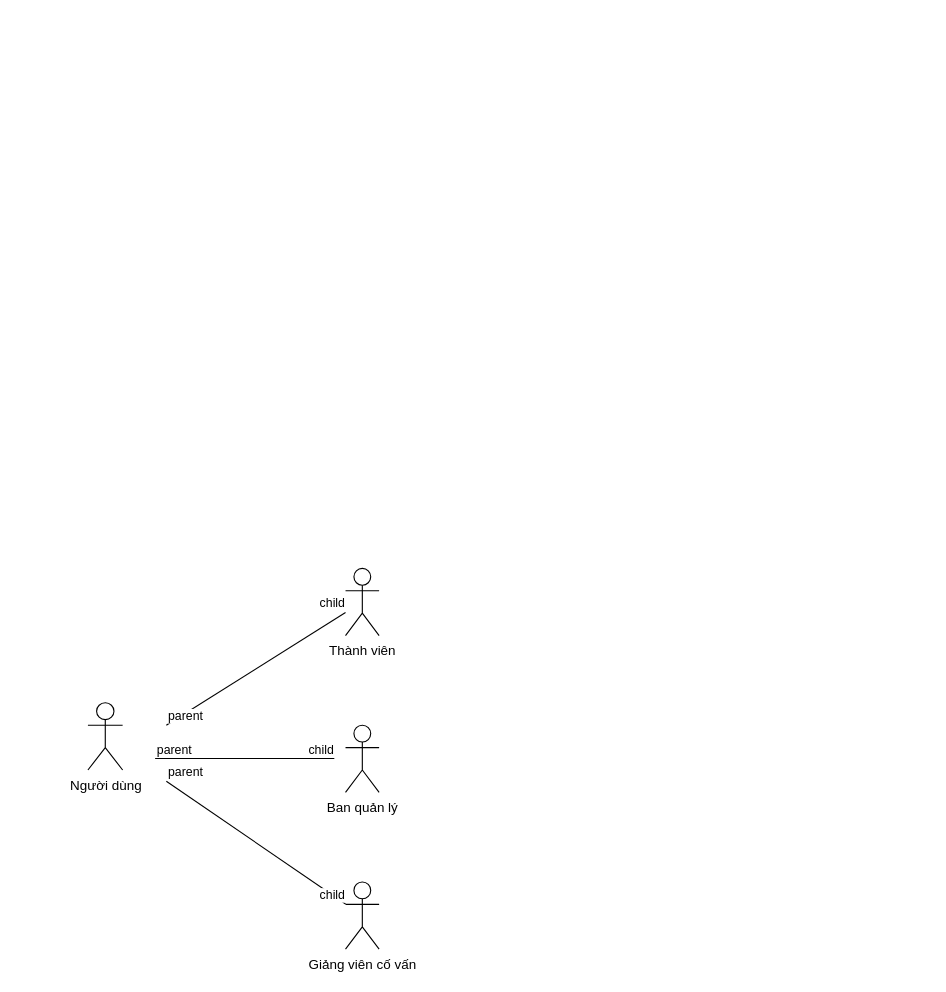
The draw.io diagram page "users" (16 of 19) of Diagram.drawio in DnhTrn/finall_project, before the edit. Source tidied: cells renumbered, new cells numbered last; positions are measured from the earlier drawing's top-left corner, leaving out a move shared by most shapes. Both pictures are drawn from the tidied source at 112%, with x=0, y=0 at pixel (87, 568).
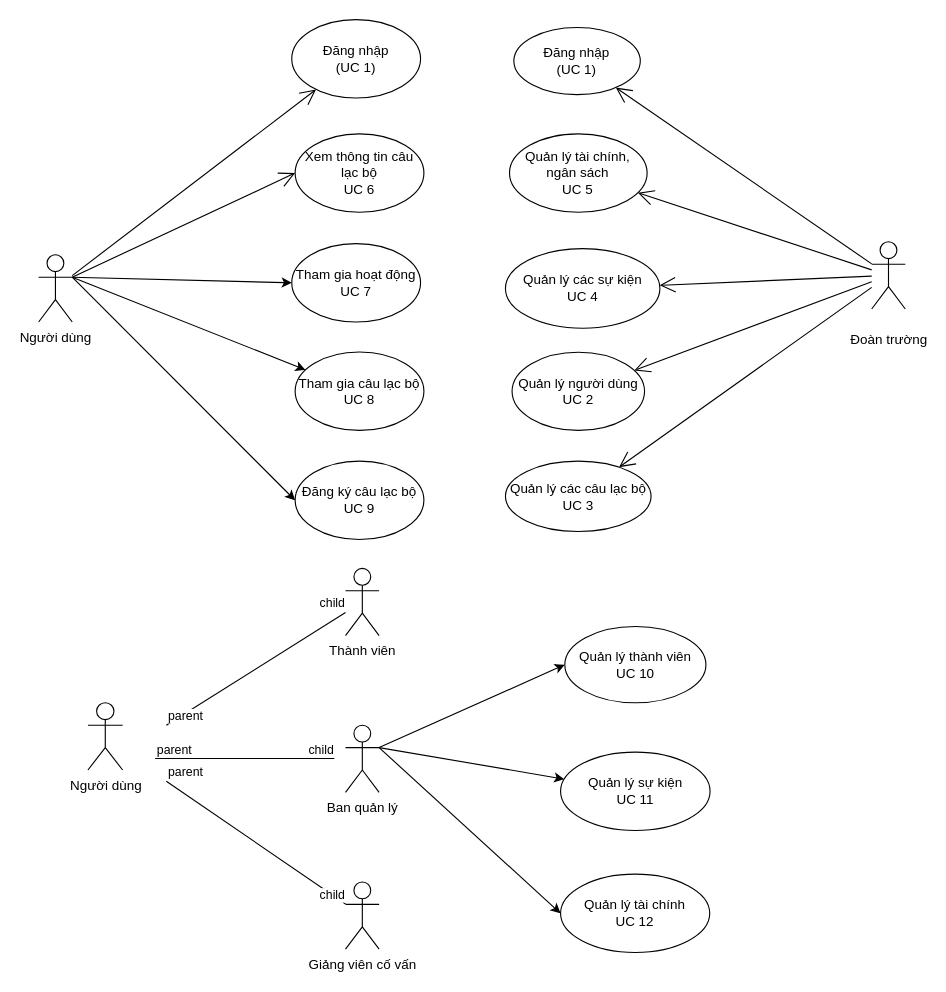
After the change.

The change refers to these unchanged cells:
```xml
<mxCell id="3" value="Ban quản lý" style="shape=umlActor;verticalLabelPosition=bottom;verticalAlign=top;html=1;outlineConnect=0;" parent="1" vertex="1">
  <mxGeometry x="230" y="140" width="30" height="60" as="geometry" />
</mxCell>
```

What changed in the source:
```diff
@@
+    <mxCell id="15" style="rounded=0;jettySize=auto;html=1;exitX=1;exitY=0.3333333333333333;exitDx=0;exitDy=0;exitPerimeter=0;entryX=0;entryY=0.5;entryDx=0;entryDy=0;" parent="1" edge="1" source="3" target="18">
+      <mxGeometry relative="1" as="geometry" />
+    </mxCell>
+    <mxCell id="16" style="rounded=0;jettySize=auto;html=1;exitX=1;exitY=0.3333333333333333;exitDx=0;exitDy=0;exitPerimeter=0;" parent="1" edge="1" source="3" target="19">
+      <mxGeometry relative="1" as="geometry" />
+    </mxCell>
+    <mxCell id="17" style="rounded=0;jettySize=auto;html=1;exitX=1;exitY=0.3333333333333333;exitDx=0;exitDy=0;exitPerimeter=0;entryX=0.5;entryY=1;entryDx=0;entryDy=0;" parent="1" edge="1" source="3" target="20">
+      <mxGeometry relative="1" as="geometry" />
+    </mxCell>
@@
+    <mxCell id="18" value="Quản lý thành viên&lt;div&gt;UC 10&lt;/div&gt;" style="ellipse;whiteSpace=wrap;html=1;" parent="1" vertex="1">
+      <mxGeometry x="425.8" y="51.9" width="126" height="68.1" as="geometry" />
+    </mxCell>
+    <mxCell id="19" value="Quản lý sự kiện&lt;div&gt;UC 11&lt;/div&gt;" style="ellipse;whiteSpace=wrap;html=1;" parent="1" vertex="1">
+      <mxGeometry x="422" y="164" width="133.5" height="70" as="geometry" />
+    </mxCell>
+    <mxCell id="20" value="Quản lý tài chính&lt;div&gt;UC 12&lt;/div&gt;" style="ellipse;whiteSpace=wrap;html=1;direction=south;" parent="1" vertex="1">
+      <mxGeometry x="422" y="273" width="133.2" height="70" as="geometry" />
+    </mxCell>
+    <mxCell id="21" style="rounded=0;jettySize=auto;html=1;exitX=1;exitY=0.3333333333333333;exitDx=0;exitDy=0;exitPerimeter=0;entryX=0;entryY=0.5;entryDx=0;entryDy=0;" parent="1" edge="1" source="24" target="40">
+      <mxGeometry relative="1" as="geometry" />
+    </mxCell>
+    <mxCell id="22" style="rounded=0;jettySize=auto;html=1;exitX=1;exitY=0.3333333333333333;exitDx=0;exitDy=0;exitPerimeter=0;" parent="1" edge="1" source="24" target="41">
+      <mxGeometry relative="1" as="geometry" />
+    </mxCell>
+    <mxCell id="23" style="rounded=0;jettySize=auto;html=1;exitX=1;exitY=0.3333333333333333;exitDx=0;exitDy=0;exitPerimeter=0;entryX=0;entryY=0.5;entryDx=0;entryDy=0;" parent="1" edge="1" source="24" target="42">
+      <mxGeometry relative="1" as="geometry" />
+    </mxCell>
+    <mxCell id="24" value="Người dùng" style="shape=umlActor;verticalLabelPosition=bottom;verticalAlign=top;html=1;outlineConnect=0;" parent="1" vertex="1">
+      <mxGeometry x="-44" y="-280" width="30" height="60" as="geometry" />
+    </mxCell>
+    <mxCell id="25" value="&lt;div&gt;&lt;br&gt;&lt;/div&gt;&lt;div&gt;Đoàn trường&lt;/div&gt;" style="shape=umlActor;verticalLabelPosition=bottom;verticalAlign=top;html=1;outlineConnect=0;" parent="1" vertex="1">
+      <mxGeometry x="699.8" y="-291.6" width="30" height="60" as="geometry" />
+    </mxCell>
+    <mxCell id="26" value="Quản lý các câu lạc bộ&lt;div&gt;UC 3&lt;/div&gt;" style="ellipse;whiteSpace=wrap;html=1;" parent="1" vertex="1">
+      <mxGeometry x="372.8" y="-95.8" width="130" height="62.8" as="geometry" />
+    </mxCell>
+    <mxCell id="27" value="Đăng nhập&lt;div&gt;(UC 1)&lt;/div&gt;" style="ellipse;whiteSpace=wrap;html=1;" parent="1" vertex="1">
+      <mxGeometry x="182" y="-490" width="115" height="70" as="geometry" />
+    </mxCell>
+    <mxCell id="28" style="endArrow=open;endFill=1;endSize=12;html=1;rounded=0;" parent="1" edge="1" source="24" target="27">
+      <mxGeometry relative="1" as="geometry" />
+    </mxCell>
+    <mxCell id="29" style="endArrow=open;endFill=1;endSize=12;html=1;rounded=0;" parent="1" edge="1" source="25" target="26">
+      <mxGeometry relative="1" as="geometry" />
+    </mxCell>
+    <mxCell id="30" value="Quản lý các&lt;span style=&quot;background-color: initial;&quot;&gt;&amp;nbsp;sự kiện&lt;/span&gt;&lt;div&gt;&lt;span style=&quot;background-color: initial;&quot;&gt;UC 4&lt;/span&gt;&lt;/div&gt;" style="ellipse;whiteSpace=wrap;html=1;" parent="1" vertex="1">
+      <mxGeometry x="372.8" y="-285.5" width="137.9" height="71.1" as="geometry" />
+    </mxCell>
+    <mxCell id="31" value="Quản lý tài chính,&lt;div&gt;&lt;span style=&quot;background-color: initial;&quot;&gt;ngân sách&lt;/span&gt;&lt;/div&gt;&lt;div&gt;&lt;span style=&quot;background-color: initial;&quot;&gt;UC 5&lt;/span&gt;&lt;/div&gt;" style="ellipse;whiteSpace=wrap;html=1;" parent="1" vertex="1">
+      <mxGeometry x="376.4" y="-388" width="122.9" height="70" as="geometry" />
+    </mxCell>
+    <mxCell id="32" value="Quản lý người dùng&lt;div&gt;UC 2&lt;/div&gt;" style="ellipse;whiteSpace=wrap;html=1;" parent="1" vertex="1">
+      <mxGeometry x="378.7" y="-193" width="118.3" height="69.8" as="geometry" />
+    </mxCell>
+    <mxCell id="33" style="endArrow=open;endFill=1;endSize=12;html=1;rounded=0;" parent="1" edge="1" source="25" target="32">
+      <mxGeometry relative="1" as="geometry" />
+    </mxCell>
+    <mxCell id="34" style="endArrow=open;endFill=1;endSize=12;html=1;rounded=0;" parent="1" edge="1" source="25" target="30">
+      <mxGeometry relative="1" as="geometry" />
+    </mxCell>
+    <mxCell id="35" style="endArrow=open;endFill=1;endSize=12;html=1;rounded=0;" parent="1" edge="1" source="25" target="31">
+      <mxGeometry relative="1" as="geometry" />
+    </mxCell>
+    <mxCell id="36" value="Đăng nhập&lt;div&gt;(UC 1)&lt;/div&gt;" style="ellipse;whiteSpace=wrap;html=1;" parent="1" vertex="1">
+      <mxGeometry x="380.3" y="-483" width="112.9" height="60" as="geometry" />
+    </mxCell>
+    <mxCell id="37" style="endArrow=open;endFill=1;endSize=12;html=1;rounded=0;" parent="1" edge="1" source="25" target="36">
+      <mxGeometry relative="1" as="geometry" />
+    </mxCell>
+    <mxCell id="38" value="Xem thông tin câu lạc bộ&lt;div&gt;UC 6&lt;/div&gt;" style="ellipse;whiteSpace=wrap;html=1;" parent="1" vertex="1">
+      <mxGeometry x="185" y="-388" width="115" height="70" as="geometry" />
+    </mxCell>
+    <mxCell id="39" style="endArrow=open;endFill=1;endSize=12;html=1;rounded=0;exitX=1;exitY=0.3333333333333333;exitDx=0;exitDy=0;exitPerimeter=0;entryX=0;entryY=0.5;entryDx=0;entryDy=0;" parent="1" edge="1" source="24" target="38">
+      <mxGeometry relative="1" as="geometry" />
+    </mxCell>
+    <mxCell id="40" value="Tham gia hoạt động&lt;div&gt;UC 7&lt;/div&gt;" style="ellipse;whiteSpace=wrap;html=1;" parent="1" vertex="1">
+      <mxGeometry x="182" y="-290" width="115" height="70" as="geometry" />
+    </mxCell>
+    <mxCell id="41" value="Tham gia câu lạc bộ&lt;div&gt;UC 8&lt;/div&gt;" style="ellipse;whiteSpace=wrap;html=1;" parent="1" vertex="1">
+      <mxGeometry x="185" y="-193.2" width="115" height="70" as="geometry" />
+    </mxCell>
+    <mxCell id="42" value="Đăng ký câu lạc bộ&lt;div&gt;UC 9&lt;/div&gt;" style="ellipse;whiteSpace=wrap;html=1;" parent="1" vertex="1">
+      <mxGeometry x="185" y="-95.8" width="115" height="70" as="geometry" />
+    </mxCell>
```
